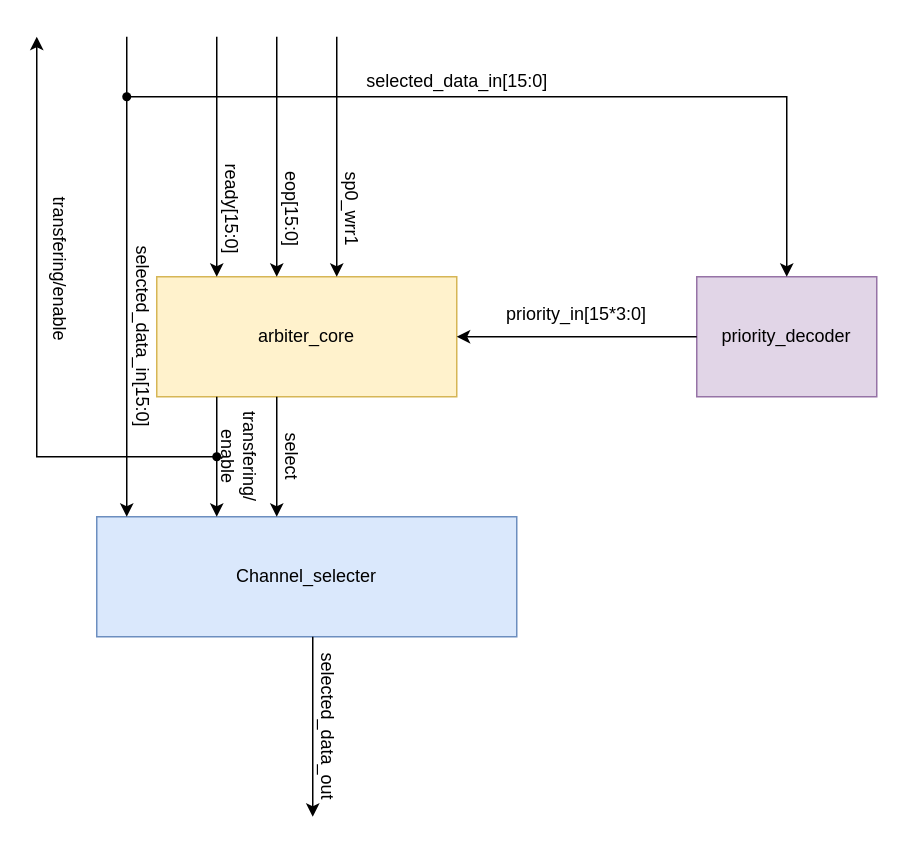
miilTgy/sram_ctl keeps this draw.io diagram as system_blocks/write_arbiter_system_block.drawio. Above is the earlier version. Source tidied: cells renumbered, new cells numbered last; positions are measured from the earlier drawing's top-left corner, leaving out a move shared by most shapes. Both pictures are drawn from the tidied source at 150%, with x=0, y=0 at pixel (-24, 36).
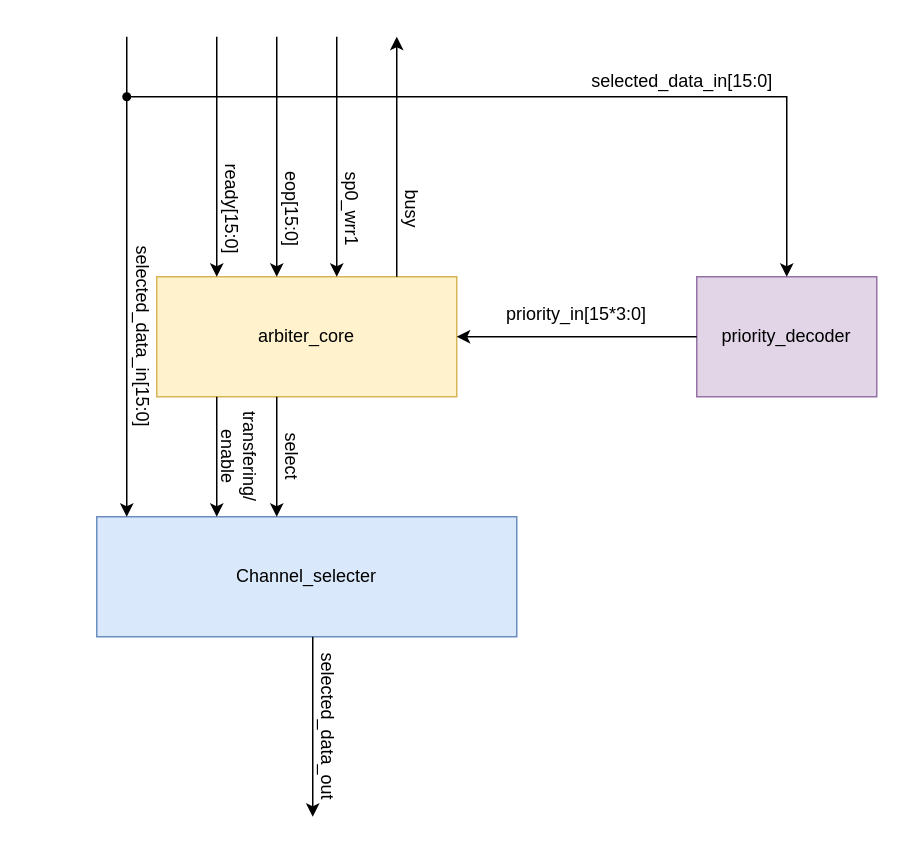
The same page after the edit.

Commit message (it also covers changes not shown here):
Modified write_arbiter_system_block: change next_data signal from transfering to busy.

Unchanged cells that the change refers to:
```xml
<mxCell id="13" value="transfering/&lt;div&gt;enable&lt;/div&gt;" style="text;html=1;align=center;verticalAlign=middle;whiteSpace=wrap;rounded=0;rotation=90;" parent="1" vertex="1">
  <mxGeometry x="140" y="265" width="70" height="30" as="geometry" />
</mxCell>
```

What changed in the source:
```diff
@@
     <mxCell id="20" value="selected_data_in[15:0]" style="text;html=1;align=center;verticalAlign=middle;whiteSpace=wrap;rounded=0;rotation=0;" parent="1" vertex="1">
-      <mxGeometry x="270" y="20" width="101" height="20" as="geometry" />
+      <mxGeometry x="420" y="20" width="101" height="20" as="geometry" />
     </mxCell>
@@
-    <mxCell id="22" style="endArrow=classic;html=1;rounded=0;exitX=0.5;exitY=1;exitDx=0;exitDy=0;" parent="1" edge="1" source="13">
-      <mxGeometry relative="1" as="geometry">
-        <mxPoint x="40" as="targetPoint" />
-        <Array as="points">
-          <mxPoint x="40" y="280" />
-        </Array>
-      </mxGeometry>
-    </mxCell>
-    <mxCell id="23" value="transfering/enable" style="text;html=1;align=center;verticalAlign=middle;whiteSpace=wrap;rounded=0;rotation=90;" parent="1" vertex="1">
-      <mxGeometry y="140" width="110" height="30" as="geometry" />
-    </mxCell>
-    <mxCell id="24" style="shape=waypoint;sketch=0;fillStyle=solid;size=6;fillColor=none;perimeter=centerPerimeter;" parent="1" vertex="1">
-      <mxGeometry x="150" y="270" width="20" height="20" as="geometry" />
-    </mxCell>
@@
+    <mxCell id="27" style="endArrow=classic;html=1;rounded=0;" parent="1" edge="1">
+      <mxGeometry relative="1" as="geometry">
+        <mxPoint x="280" y="160" as="sourcePoint" />
+        <mxPoint x="280" as="targetPoint" />
+      </mxGeometry>
+    </mxCell>
+    <mxCell id="28" value="busy" style="text;html=1;align=center;verticalAlign=middle;whiteSpace=wrap;rounded=0;rotation=90;" parent="1" vertex="1">
+      <mxGeometry x="260" y="100" width="60" height="30" as="geometry" />
+    </mxCell>
```
